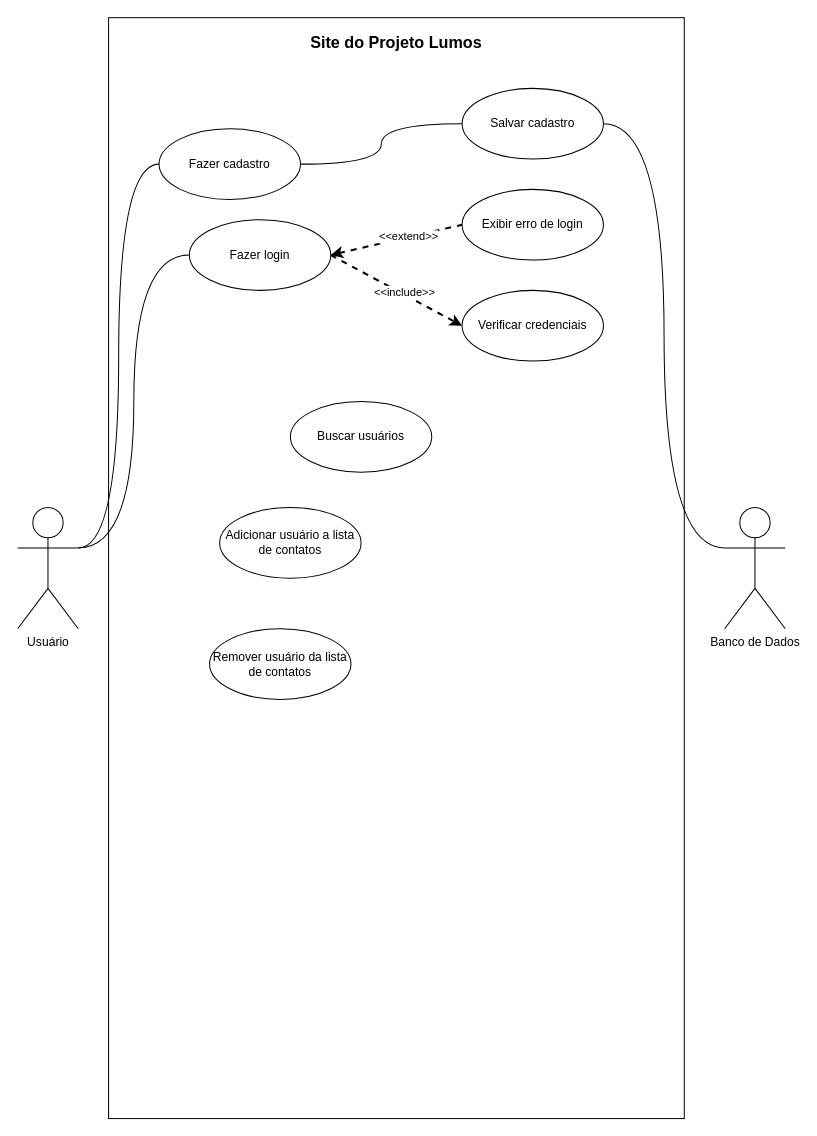
This is page "Diagrama de Casos de Uso" (3 of 6) of _documentação/diagramas.drawio from DHDC-21/Project-Lumos, a draw.io file, before an edit. Source tidied: cells renumbered, new cells numbered last; positions are measured from the earlier drawing's top-left corner, leaving out a move shared by most shapes. Both pictures are drawn from the tidied source at 101%, with x=0, y=0 at pixel (17, 17).
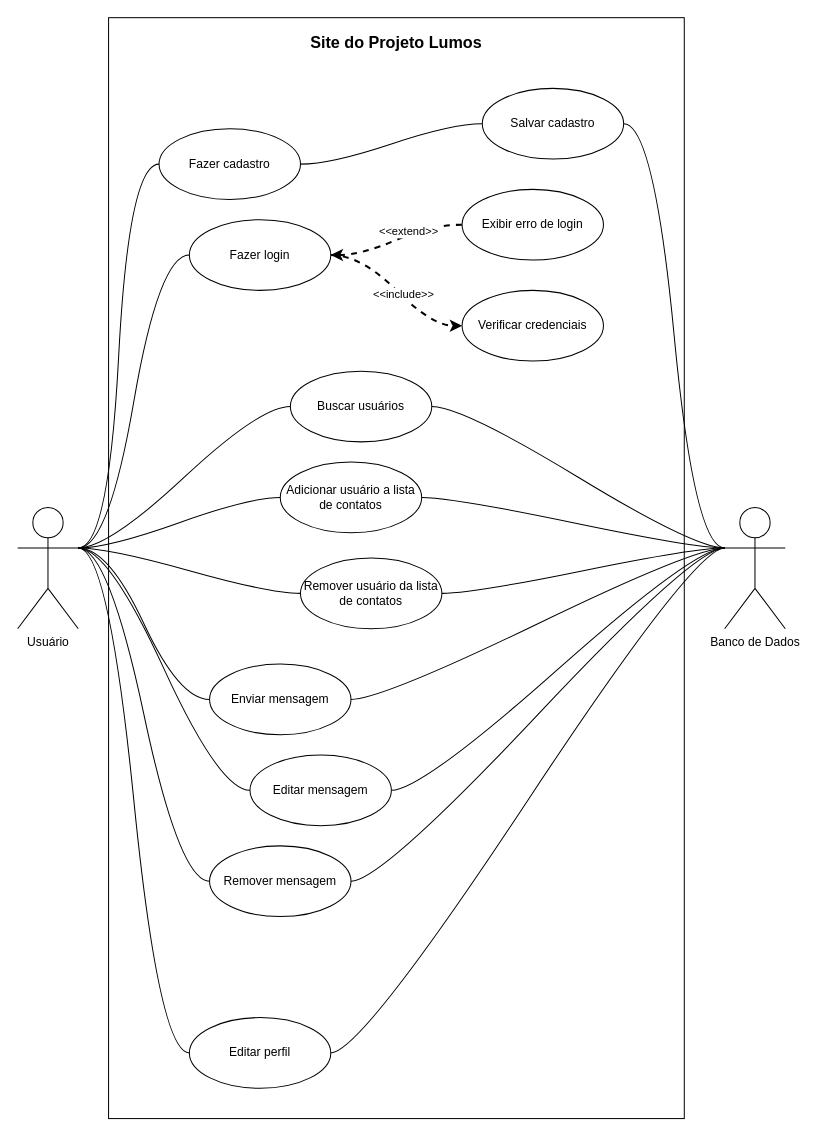
The same page after the edit.

Unchanged cells that the change refers to:
```xml
<mxCell id="5" value="Usuário" style="shape=umlActor;verticalLabelPosition=bottom;verticalAlign=top;html=1;" parent="1" vertex="1">
  <mxGeometry y="485" width="60" height="120" as="geometry" />
</mxCell>
<mxCell id="10" value="Fazer login" style="ellipse;whiteSpace=wrap;html=1;" parent="1" vertex="1">
  <mxGeometry x="170" y="200" width="140" height="70" as="geometry" />
</mxCell>
<mxCell id="12" value="Fazer cadastro" style="ellipse;whiteSpace=wrap;html=1;" parent="1" vertex="1">
  <mxGeometry x="140" y="110" width="140" height="70" as="geometry" />
</mxCell>
<mxCell id="14" value="Banco de Dados" style="shape=umlActor;verticalLabelPosition=bottom;verticalAlign=top;html=1;" parent="1" vertex="1">
  <mxGeometry x="700" y="485" width="60" height="120" as="geometry" />
</mxCell>
<mxCell id="16" value="Exibir erro de login" style="ellipse;whiteSpace=wrap;html=1;" parent="1" vertex="1">
  <mxGeometry x="440" y="170" width="140" height="70" as="geometry" />
</mxCell>
<mxCell id="17" value="Verificar credenciais" style="ellipse;whiteSpace=wrap;html=1;" parent="1" vertex="1">
  <mxGeometry x="440" y="270" width="140" height="70" as="geometry" />
</mxCell>
```

What changed in the source:
```diff
@@
-    <mxCell id="3" style="edgeStyle=orthogonalEdgeStyle;rounded=0;jettySize=auto;html=1;exitX=1;exitY=0.3333333333333333;exitDx=0;exitDy=0;exitPerimeter=0;entryX=0;entryY=0.5;entryDx=0;entryDy=0;fontColor=#A680B8;curved=1;endArrow=none;endFill=0;" parent="1" edge="1" source="5" target="12">
+    <mxCell id="3" style="edgeStyle=entityRelationEdgeStyle;jettySize=auto;html=1;exitX=1;exitY=0.3333333333333333;exitDx=0;exitDy=0;exitPerimeter=0;entryX=0;entryY=0.5;entryDx=0;entryDy=0;fontColor=#A680B8;endArrow=none;endFill=0;curved=1;" parent="1" edge="1" source="5" target="12">
       <mxGeometry relative="1" as="geometry" />
     </mxCell>
-    <mxCell id="4" style="edgeStyle=orthogonalEdgeStyle;rounded=0;jettySize=auto;html=1;exitX=1;exitY=0.3333333333333333;exitDx=0;exitDy=0;exitPerimeter=0;entryX=0;entryY=0.5;entryDx=0;entryDy=0;endArrow=none;endFill=0;curved=1;" parent="1" edge="1" source="5" target="10">
+    <mxCell id="4" style="edgeStyle=entityRelationEdgeStyle;jettySize=auto;html=1;exitX=1;exitY=0.3333333333333333;exitDx=0;exitDy=0;exitPerimeter=0;entryX=0;entryY=0.5;entryDx=0;entryDy=0;endArrow=none;endFill=0;curved=1;" parent="1" edge="1" source="5" target="10">
       <mxGeometry relative="1" as="geometry" />
     </mxCell>
+    <mxCell id="21" style="edgeStyle=entityRelationEdgeStyle;html=1;exitX=1;exitY=0.3333333333333333;exitDx=0;exitDy=0;exitPerimeter=0;entryX=0;entryY=0.5;entryDx=0;entryDy=0;endArrow=none;endFill=0;curved=1;" parent="1" edge="1" source="5" target="18">
+      <mxGeometry relative="1" as="geometry" />
+    </mxCell>
+    <mxCell id="22" style="edgeStyle=entityRelationEdgeStyle;html=1;exitX=1;exitY=0.3333333333333333;exitDx=0;exitDy=0;exitPerimeter=0;entryX=0;entryY=0.5;entryDx=0;entryDy=0;endArrow=none;endFill=0;curved=1;" parent="1" edge="1" source="5" target="19">
+      <mxGeometry relative="1" as="geometry" />
+    </mxCell>
+    <mxCell id="23" style="edgeStyle=entityRelationEdgeStyle;html=1;exitX=1;exitY=0.3333333333333333;exitDx=0;exitDy=0;exitPerimeter=0;entryX=0;entryY=0.5;entryDx=0;entryDy=0;endArrow=none;endFill=0;curved=1;" parent="1" edge="1" source="5" target="20">
+      <mxGeometry relative="1" as="geometry" />
+    </mxCell>
+    <mxCell id="24" style="edgeStyle=entityRelationEdgeStyle;html=1;exitX=1;exitY=0.3333333333333333;exitDx=0;exitDy=0;exitPerimeter=0;entryX=0;entryY=0.5;entryDx=0;entryDy=0;endArrow=none;endFill=0;curved=1;" parent="1" edge="1" source="5" target="32">
+      <mxGeometry relative="1" as="geometry" />
+    </mxCell>
+    <mxCell id="25" style="edgeStyle=entityRelationEdgeStyle;html=1;exitX=1;exitY=0.3333333333333333;exitDx=0;exitDy=0;exitPerimeter=0;entryX=0;entryY=0.5;entryDx=0;entryDy=0;endArrow=none;endFill=0;curved=1;" parent="1" edge="1" source="5" target="34">
+      <mxGeometry relative="1" as="geometry" />
+    </mxCell>
+    <mxCell id="26" style="edgeStyle=entityRelationEdgeStyle;html=1;exitX=1;exitY=0.3333333333333333;exitDx=0;exitDy=0;exitPerimeter=0;entryX=0;entryY=0.5;entryDx=0;entryDy=0;endArrow=none;endFill=0;curved=1;" parent="1" edge="1" source="5" target="36">
+      <mxGeometry relative="1" as="geometry" />
+    </mxCell>
+    <mxCell id="27" style="edgeStyle=entityRelationEdgeStyle;html=1;exitX=1;exitY=0.3333333333333333;exitDx=0;exitDy=0;exitPerimeter=0;entryX=0;entryY=0.5;entryDx=0;entryDy=0;endArrow=none;endFill=0;curved=1;" parent="1" edge="1" source="5" target="38">
+      <mxGeometry relative="1" as="geometry" />
+    </mxCell>
@@
-    <mxCell id="6" style="rounded=0;jettySize=auto;html=1;exitX=1;exitY=0.5;exitDx=0;exitDy=0;entryX=0;entryY=0.5;entryDx=0;entryDy=0;endArrow=none;endFill=0;startArrow=classic;startFill=1;dashed=1;strokeWidth=2;" parent="1" edge="1" source="10" target="16">
+    <mxCell id="6" style="jettySize=auto;html=1;exitX=1;exitY=0.5;exitDx=0;exitDy=0;entryX=0;entryY=0.5;entryDx=0;entryDy=0;endArrow=none;endFill=0;startArrow=classic;startFill=1;dashed=1;strokeWidth=2;edgeStyle=entityRelationEdgeStyle;curved=1;" parent="1" edge="1" source="10" target="16">
       <mxGeometry relative="1" as="geometry" />
     </mxCell>
@@
-    <mxCell id="8" style="rounded=0;jettySize=auto;html=1;exitX=1;exitY=0.5;exitDx=0;exitDy=0;entryX=0;entryY=0.5;entryDx=0;entryDy=0;strokeWidth=2;dashed=1;" parent="1" edge="1" source="10" target="17">
+    <mxCell id="8" style="jettySize=auto;html=1;exitX=1;exitY=0.5;exitDx=0;exitDy=0;entryX=0;entryY=0.5;entryDx=0;entryDy=0;strokeWidth=2;dashed=1;edgeStyle=entityRelationEdgeStyle;curved=1;" parent="1" edge="1" source="10" target="17">
       <mxGeometry relative="1" as="geometry" />
     </mxCell>
@@
-    <mxCell id="11" style="edgeStyle=orthogonalEdgeStyle;rounded=0;jettySize=auto;html=1;exitX=1;exitY=0.5;exitDx=0;exitDy=0;entryX=0;entryY=0.5;entryDx=0;entryDy=0;curved=1;endArrow=none;endFill=0;" parent="1" edge="1" source="12" target="13">
+    <mxCell id="11" style="edgeStyle=entityRelationEdgeStyle;jettySize=auto;html=1;exitX=1;exitY=0.5;exitDx=0;exitDy=0;entryX=0;entryY=0.5;entryDx=0;entryDy=0;endArrow=none;endFill=0;curved=1;" parent="1" edge="1" source="12" target="13">
       <mxGeometry relative="1" as="geometry" />
     </mxCell>
@@
     <mxCell id="13" value="Salvar cadastro" style="ellipse;whiteSpace=wrap;html=1;" parent="1" vertex="1">
-      <mxGeometry x="440" y="70" width="140" height="70" as="geometry" />
+      <mxGeometry x="460" y="70" width="140" height="70" as="geometry" />
     </mxCell>
@@
-    <mxCell id="15" style="edgeStyle=orthogonalEdgeStyle;rounded=0;jettySize=auto;html=1;exitX=1;exitY=0.5;exitDx=0;exitDy=0;entryX=0;entryY=0.3333333333333333;entryDx=0;entryDy=0;entryPerimeter=0;curved=1;endArrow=none;endFill=0;" parent="1" edge="1" source="13" target="14">
+    <mxCell id="15" style="edgeStyle=entityRelationEdgeStyle;jettySize=auto;html=1;exitX=1;exitY=0.5;exitDx=0;exitDy=0;entryX=0;entryY=0.3333333333333333;entryDx=0;entryDy=0;entryPerimeter=0;endArrow=none;endFill=0;curved=1;" parent="1" edge="1" source="13" target="14">
       <mxGeometry relative="1" as="geometry" />
     </mxCell>
@@
+    <mxCell id="28" style="edgeStyle=entityRelationEdgeStyle;html=1;exitX=1;exitY=0.5;exitDx=0;exitDy=0;entryX=0;entryY=0.3333333333333333;entryDx=0;entryDy=0;entryPerimeter=0;endArrow=none;endFill=0;curved=1;" parent="1" edge="1" source="18" target="14">
+      <mxGeometry relative="1" as="geometry" />
+    </mxCell>
     <mxCell id="18" value="Buscar usuários" style="ellipse;whiteSpace=wrap;html=1;" parent="1" vertex="1">
-      <mxGeometry x="270" y="380" width="140" height="70" as="geometry" />
+      <mxGeometry x="270" y="350" width="140" height="70" as="geometry" />
     </mxCell>
+    <mxCell id="29" style="edgeStyle=entityRelationEdgeStyle;html=1;exitX=1;exitY=0.5;exitDx=0;exitDy=0;endArrow=none;endFill=0;entryX=0;entryY=0.3333333333333333;entryDx=0;entryDy=0;entryPerimeter=0;curved=1;" parent="1" edge="1" source="19" target="14">
+      <mxGeometry relative="1" as="geometry" />
+    </mxCell>
     <mxCell id="19" value="Adicionar usuário a lista de contatos" style="ellipse;whiteSpace=wrap;html=1;" parent="1" vertex="1">
-      <mxGeometry x="200" y="485" width="140" height="70" as="geometry" />
+      <mxGeometry x="260" y="440" width="140" height="70" as="geometry" />
     </mxCell>
+    <mxCell id="30" style="edgeStyle=entityRelationEdgeStyle;html=1;exitX=1;exitY=0.5;exitDx=0;exitDy=0;entryX=0;entryY=0.3333333333333333;entryDx=0;entryDy=0;entryPerimeter=0;endArrow=none;endFill=0;curved=1;" parent="1" edge="1" source="20" target="14">
+      <mxGeometry relative="1" as="geometry" />
+    </mxCell>
     <mxCell id="20" value="Remover usuário da lista de contatos" style="ellipse;whiteSpace=wrap;html=1;" parent="1" vertex="1">
-      <mxGeometry x="190" y="605" width="140" height="70" as="geometry" />
+      <mxGeometry x="280" y="535" width="140" height="70" as="geometry" />
     </mxCell>
+    <mxCell id="31" style="edgeStyle=entityRelationEdgeStyle;html=1;exitX=1;exitY=0.5;exitDx=0;exitDy=0;entryX=0;entryY=0.3333333333333333;entryDx=0;entryDy=0;entryPerimeter=0;endArrow=none;endFill=0;curved=1;" parent="1" edge="1" source="32" target="14">
+      <mxGeometry relative="1" as="geometry" />
+    </mxCell>
+    <mxCell id="32" value="Editar perfil" style="ellipse;whiteSpace=wrap;html=1;" parent="1" vertex="1">
+      <mxGeometry x="170" y="990" width="140" height="70" as="geometry" />
+    </mxCell>
+    <mxCell id="33" style="edgeStyle=entityRelationEdgeStyle;html=1;exitX=1;exitY=0.5;exitDx=0;exitDy=0;entryX=0;entryY=0.3333333333333333;entryDx=0;entryDy=0;entryPerimeter=0;endArrow=none;endFill=0;curved=1;" parent="1" edge="1" source="34" target="14">
+      <mxGeometry relative="1" as="geometry" />
+    </mxCell>
+    <mxCell id="34" value="Enviar mensagem" style="ellipse;whiteSpace=wrap;html=1;" parent="1" vertex="1">
+      <mxGeometry x="190" y="640" width="140" height="70" as="geometry" />
+    </mxCell>
+    <mxCell id="35" style="edgeStyle=entityRelationEdgeStyle;html=1;exitX=1;exitY=0.5;exitDx=0;exitDy=0;entryX=0;entryY=0.3333333333333333;entryDx=0;entryDy=0;entryPerimeter=0;endArrow=none;endFill=0;curved=1;" parent="1" edge="1" source="36" target="14">
+      <mxGeometry relative="1" as="geometry" />
+    </mxCell>
+    <mxCell id="36" value="Editar mensagem" style="ellipse;whiteSpace=wrap;html=1;" parent="1" vertex="1">
+      <mxGeometry x="230" y="730" width="140" height="70" as="geometry" />
+    </mxCell>
+    <mxCell id="37" style="edgeStyle=entityRelationEdgeStyle;html=1;exitX=1;exitY=0.5;exitDx=0;exitDy=0;entryX=0;entryY=0.3333333333333333;entryDx=0;entryDy=0;entryPerimeter=0;endArrow=none;endFill=0;curved=1;" parent="1" edge="1" source="38" target="14">
+      <mxGeometry relative="1" as="geometry" />
+    </mxCell>
+    <mxCell id="38" value="Remover mensagem" style="ellipse;whiteSpace=wrap;html=1;" parent="1" vertex="1">
+      <mxGeometry x="190" y="820" width="140" height="70" as="geometry" />
+    </mxCell>
```
